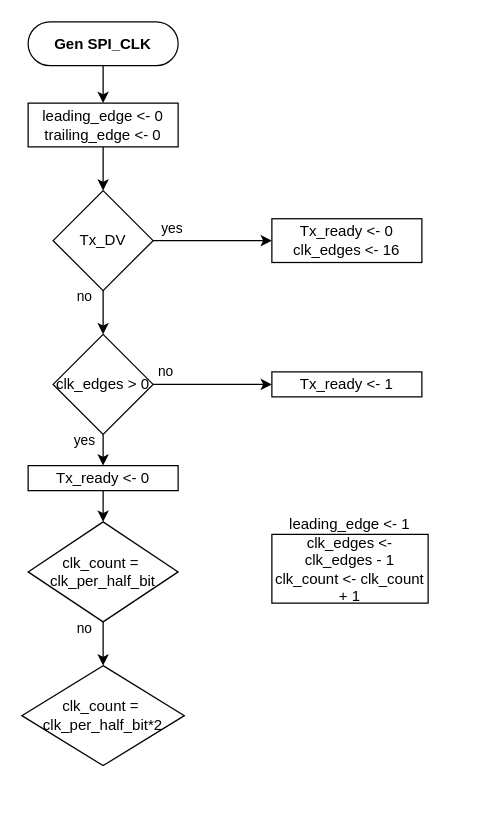
Earlier version of the draw.io diagram page "gen SPI_CLK" (1 of 4) of 01_doc/03_drawings/01_design/spi_master.drawio (Diogofernandes5/mthesis). Source tidied: cells renumbered, new cells numbered last; positions are measured from the earlier drawing's top-left corner, leaving out a move shared by most shapes. Both pictures are drawn from the tidied source at 125%, with x=0, y=0 at pixel (21, 21).
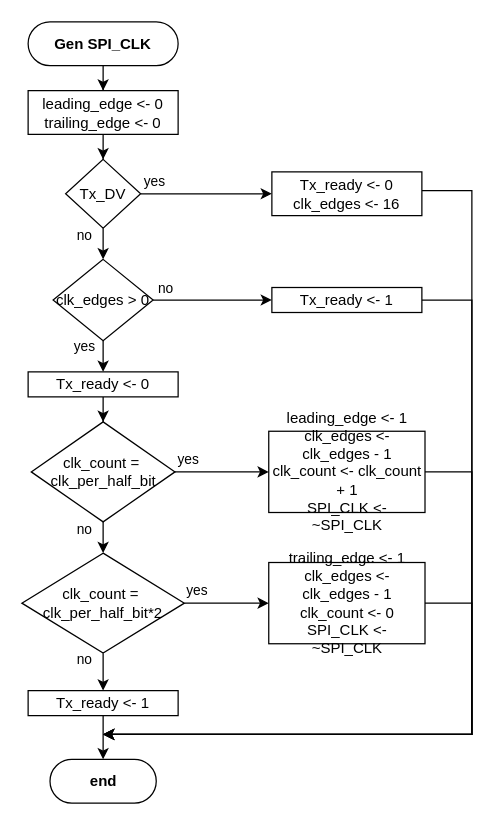
The same page after the edit.

Diff of the diagram source:
```diff
@@
-    <mxCell id="3" value="&lt;b&gt;Gen SPI_CLK&lt;/b&gt;" style="rounded=1;whiteSpace=wrap;html=1;arcSize=50;" parent="1" vertex="1">
+    <mxCell id="3" value="&lt;b&gt;Gen SPI_CLK&lt;/b&gt;" style="rounded=1;whiteSpace=wrap;html=1;arcSize=50;fontFamily=NewsGotT;" parent="1" vertex="1">
       <mxGeometry x="5" width="120" height="35" as="geometry" />
     </mxCell>
@@
     <mxCell id="5" value="&lt;div&gt;leading_edge &amp;lt;- 0&lt;/div&gt;&lt;div&gt;trailing_edge &amp;lt;- 0&lt;/div&gt;" style="rounded=0;whiteSpace=wrap;html=1;fontFamily=NewsGotT;" parent="1" vertex="1">
-      <mxGeometry x="5" y="65" width="120" height="35" as="geometry" />
+      <mxGeometry x="5" y="55" width="120" height="35" as="geometry" />
     </mxCell>
     <mxCell id="6" value="yes" style="edgeStyle=orthogonalEdgeStyle;rounded=0;jettySize=auto;html=1;" parent="1" edge="1" source="8" target="9">
-      <mxGeometry x="-0.68" y="10" relative="1" as="geometry" />
+      <mxGeometry x="-0.79" y="10" relative="1" as="geometry" />
     </mxCell>
@@
     <mxCell id="8" value="Tx_DV" style="rhombus;whiteSpace=wrap;html=1;fontFamily=NewsGotT;" parent="1" vertex="1">
-      <mxGeometry x="25" y="135" width="80" height="80" as="geometry" />
+      <mxGeometry x="35" y="110" width="60" height="55" as="geometry" />
     </mxCell>
+    <mxCell id="20" style="edgeStyle=orthogonalEdgeStyle;rounded=0;jettySize=auto;html=1;" parent="1" edge="1" source="9">
+      <mxGeometry relative="1" as="geometry">
+        <mxPoint x="65" y="570" as="targetPoint" />
+        <Array as="points">
+          <mxPoint x="360" y="135" />
+          <mxPoint x="360" y="570" />
+        </Array>
+      </mxGeometry>
+    </mxCell>
     <mxCell id="9" value="&lt;div&gt;Tx_ready &amp;lt;- 0&lt;/div&gt;&lt;div&gt;clk_edges &amp;lt;- 16&lt;/div&gt;" style="rounded=0;whiteSpace=wrap;html=1;fontFamily=NewsGotT;" parent="1" vertex="1">
-      <mxGeometry x="200" y="157.5" width="120" height="35" as="geometry" />
+      <mxGeometry x="200" y="120" width="120" height="35" as="geometry" />
     </mxCell>
@@
     <mxCell id="11" value="yes" style="edgeStyle=orthogonalEdgeStyle;rounded=0;jettySize=auto;html=1;" parent="1" edge="1" source="12" target="14">
-      <mxGeometry x="0.27" y="-15" relative="1" as="geometry" />
+      <mxGeometry x="-0.8" y="-15" relative="1" as="geometry" />
     </mxCell>
     <mxCell id="12" value="clk_edges &amp;gt; 0" style="rhombus;whiteSpace=wrap;html=1;fontFamily=NewsGotT;" parent="1" vertex="1">
-      <mxGeometry x="25" y="250" width="80" height="80" as="geometry" />
+      <mxGeometry x="25" y="190" width="80" height="65" as="geometry" />
     </mxCell>
@@
     <mxCell id="14" value="Tx_ready &amp;lt;- 0" style="rounded=0;whiteSpace=wrap;html=1;fontFamily=NewsGotT;" parent="1" vertex="1">
-      <mxGeometry x="5" y="355" width="120" height="20" as="geometry" />
+      <mxGeometry x="5" y="280" width="120" height="20" as="geometry" />
     </mxCell>
@@
+    <mxCell id="21" value="yes" style="edgeStyle=orthogonalEdgeStyle;rounded=0;jettySize=auto;html=1;" parent="1" edge="1" source="16" target="19">
+      <mxGeometry x="-0.73" y="10" relative="1" as="geometry" />
+    </mxCell>
     <mxCell id="16" value="&lt;div&gt;clk_count =&amp;nbsp;&lt;/div&gt;&lt;div&gt;clk_per_half_bit&lt;/div&gt;" style="rhombus;whiteSpace=wrap;html=1;fontFamily=NewsGotT;" parent="1" vertex="1">
-      <mxGeometry x="5" y="400" width="120" height="80" as="geometry" />
+      <mxGeometry x="7.5" y="320" width="115" height="80" as="geometry" />
     </mxCell>
+    <mxCell id="22" value="yes" style="edgeStyle=orthogonalEdgeStyle;rounded=0;jettySize=auto;html=1;" parent="1" edge="1" source="17" target="27">
+      <mxGeometry x="-0.71" y="10" relative="1" as="geometry" />
+    </mxCell>
+    <mxCell id="23" value="no" style="edgeStyle=orthogonalEdgeStyle;rounded=0;jettySize=auto;html=1;" parent="1" edge="1" source="17" target="29">
+      <mxGeometry x="-0.8" y="-15" relative="1" as="geometry" />
+    </mxCell>
     <mxCell id="17" value="&lt;div&gt;clk_count =&amp;nbsp;&lt;/div&gt;&lt;div&gt;clk_per_half_bit*2&lt;/div&gt;" style="rhombus;whiteSpace=wrap;html=1;fontFamily=NewsGotT;" parent="1" vertex="1">
-      <mxGeometry y="515" width="130" height="80" as="geometry" />
+      <mxGeometry y="425" width="130" height="80" as="geometry" />
     </mxCell>
+    <mxCell id="24" style="edgeStyle=orthogonalEdgeStyle;rounded=0;jettySize=auto;html=1;" parent="1" edge="1" source="18">
+      <mxGeometry relative="1" as="geometry">
+        <mxPoint x="65" y="570" as="targetPoint" />
+        <Array as="points">
+          <mxPoint x="360" y="223" />
+          <mxPoint x="360" y="570" />
+        </Array>
+      </mxGeometry>
+    </mxCell>
     <mxCell id="18" value="Tx_ready &amp;lt;- 1" style="rounded=0;whiteSpace=wrap;html=1;fontFamily=NewsGotT;" parent="1" vertex="1">
-      <mxGeometry x="200" y="280" width="120" height="20" as="geometry" />
+      <mxGeometry x="200" y="212.5" width="120" height="20" as="geometry" />
     </mxCell>
+    <mxCell id="25" style="edgeStyle=orthogonalEdgeStyle;rounded=0;jettySize=auto;html=1;" parent="1" edge="1" source="19">
+      <mxGeometry relative="1" as="geometry">
+        <mxPoint x="65" y="570" as="targetPoint" />
+        <Array as="points">
+          <mxPoint x="360" y="360" />
+          <mxPoint x="360" y="570" />
+        </Array>
+      </mxGeometry>
+    </mxCell>
-    <mxCell id="19" value="&lt;div&gt;leading_edge &amp;lt;- 1&lt;/div&gt;&lt;div&gt;clk_edges &amp;lt;- clk_edges - 1&lt;/div&gt;&lt;div&gt;clk_count &amp;lt;- clk_count + 1&lt;/div&gt;&lt;div&gt;&lt;br&gt;&lt;/div&gt;" style="rounded=0;whiteSpace=wrap;html=1;fontFamily=NewsGotT;" parent="1" vertex="1">
-      <mxGeometry x="200" y="410" width="125" height="55" as="geometry" />
+    <mxCell id="19" value="&lt;div&gt;leading_edge &amp;lt;- 1&lt;/div&gt;&lt;div&gt;clk_edges &amp;lt;- clk_edges - 1&lt;/div&gt;&lt;div&gt;clk_count &amp;lt;- clk_count + 1&lt;/div&gt;SPI_CLK &amp;lt;- ~SPI_CLK" style="rounded=0;whiteSpace=wrap;html=1;fontFamily=NewsGotT;" parent="1" vertex="1">
+      <mxGeometry x="197.5" y="327.5" width="125" height="65" as="geometry" />
     </mxCell>
+    <mxCell id="26" style="edgeStyle=orthogonalEdgeStyle;rounded=0;jettySize=auto;html=1;" parent="1" edge="1" source="27">
+      <mxGeometry relative="1" as="geometry">
+        <mxPoint x="65" y="570" as="targetPoint" />
+        <Array as="points">
+          <mxPoint x="360" y="465" />
+          <mxPoint x="360" y="570" />
+        </Array>
+      </mxGeometry>
+    </mxCell>
+    <mxCell id="27" value="&lt;div&gt;trailing_edge &amp;lt;- 1&lt;/div&gt;&lt;div&gt;clk_edges &amp;lt;- clk_edges - 1&lt;/div&gt;&lt;div&gt;clk_count &amp;lt;- 0&lt;/div&gt;SPI_CLK &amp;lt;- ~SPI_CLK" style="rounded=0;whiteSpace=wrap;html=1;fontFamily=NewsGotT;" parent="1" vertex="1">
+      <mxGeometry x="197.5" y="432.5" width="125" height="65" as="geometry" />
+    </mxCell>
+    <mxCell id="28" style="edgeStyle=orthogonalEdgeStyle;rounded=0;jettySize=auto;html=1;" parent="1" edge="1" source="29" target="30">
+      <mxGeometry relative="1" as="geometry" />
+    </mxCell>
+    <mxCell id="29" value="Tx_ready &amp;lt;- 1" style="rounded=0;whiteSpace=wrap;html=1;fontFamily=NewsGotT;" parent="1" vertex="1">
+      <mxGeometry x="5" y="535" width="120" height="20" as="geometry" />
+    </mxCell>
+    <mxCell id="30" value="&lt;b&gt;end&lt;/b&gt;" style="rounded=1;whiteSpace=wrap;html=1;arcSize=50;" parent="1" vertex="1">
+      <mxGeometry x="22.5" y="590" width="85" height="35" as="geometry" />
+    </mxCell>
```
